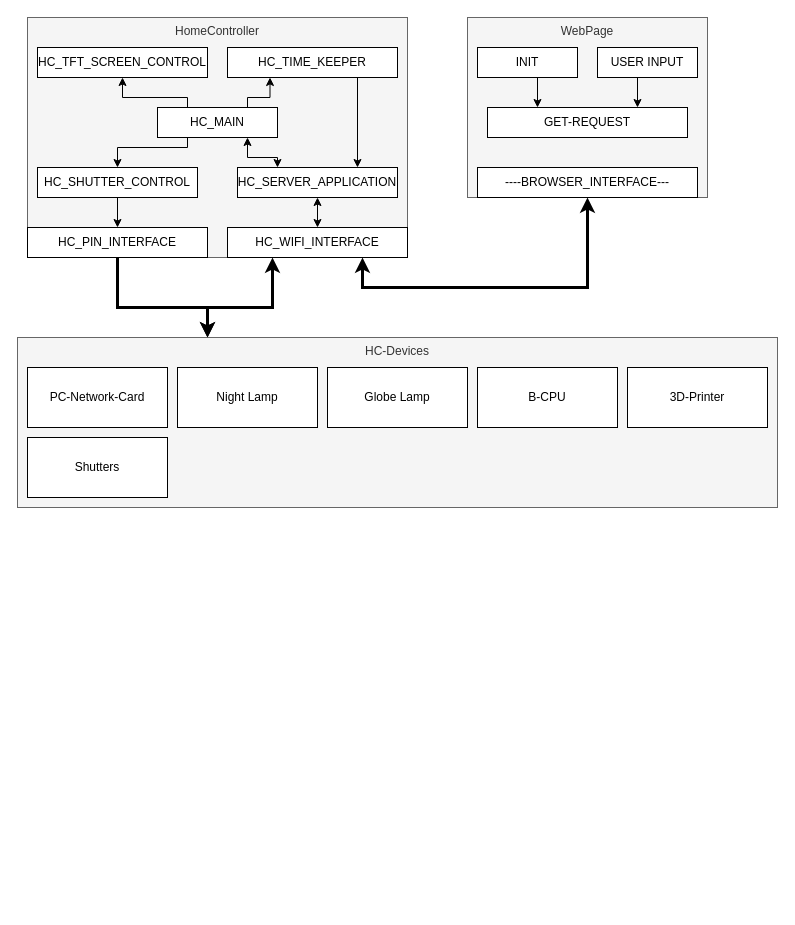
Maxx115/ESP32-HomeController keeps this draw.io diagram as diagrams/Overview.drawio. Above is the earlier version. Source tidied: cells renumbered, new cells numbered last; positions are measured from the earlier drawing's top-left corner, leaving out a move shared by most shapes. Both pictures are drawn from the tidied source at 100%, with x=0, y=0 at pixel (17, 17).
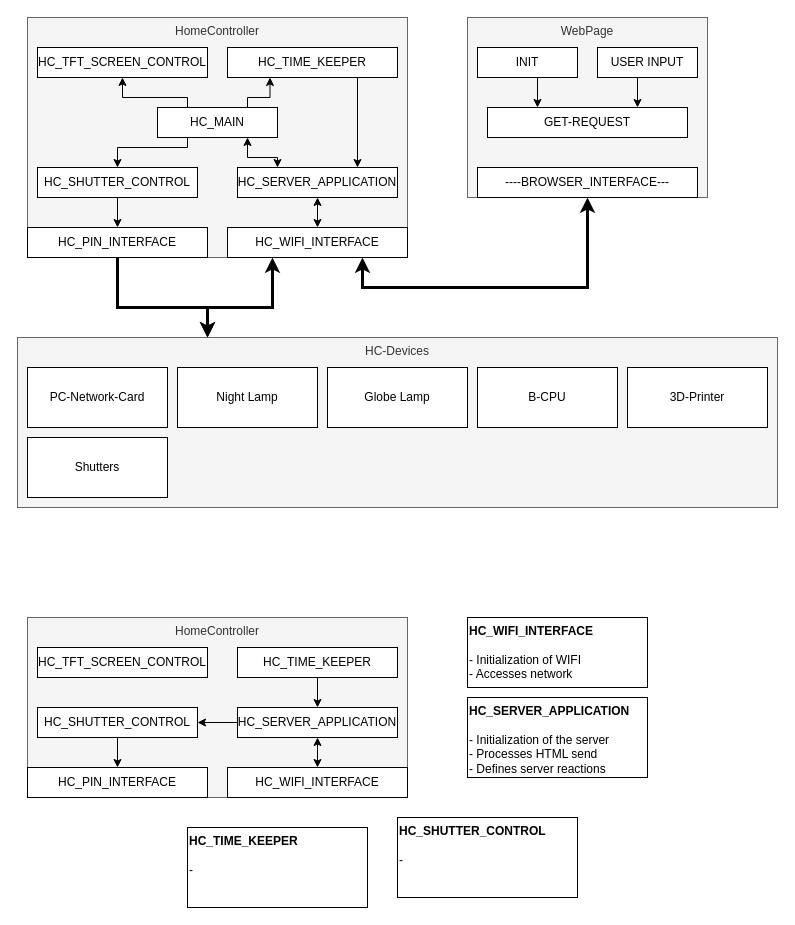
Above is the later version.

Change to the diagram source:
```diff
@@
+    <mxCell id="35" value="HomeController" style="rounded=0;whiteSpace=wrap;html=1;align=center;fillColor=#f5f5f5;fontColor=#333333;strokeColor=#666666;horizontal=1;verticalAlign=top;" parent="1" vertex="1">
+      <mxGeometry x="10" y="600" width="380" height="180" as="geometry" />
+    </mxCell>
+    <mxCell id="36" value="HC_WIFI_INTERFACE" style="rounded=0;whiteSpace=wrap;html=1;align=center;verticalAlign=middle;" parent="1" vertex="1">
+      <mxGeometry x="210" y="750" width="180" height="30" as="geometry" />
+    </mxCell>
+    <mxCell id="37" style="edgeStyle=orthogonalEdgeStyle;rounded=0;jettySize=auto;html=1;exitX=0.5;exitY=1;exitDx=0;exitDy=0;entryX=0.5;entryY=0;entryDx=0;entryDy=0;startArrow=classic;startFill=1;" parent="1" edge="1" source="39" target="36">
+      <mxGeometry relative="1" as="geometry" />
+    </mxCell>
+    <mxCell id="38" style="edgeStyle=orthogonalEdgeStyle;rounded=0;jettySize=auto;html=1;exitX=0;exitY=0.5;exitDx=0;exitDy=0;entryX=1;entryY=0.5;entryDx=0;entryDy=0;" parent="1" edge="1" source="39" target="43">
+      <mxGeometry relative="1" as="geometry" />
+    </mxCell>
+    <mxCell id="39" value="HC_SERVER_APPLICATION" style="rounded=0;whiteSpace=wrap;html=1;align=center;verticalAlign=middle;" parent="1" vertex="1">
+      <mxGeometry x="220" y="690" width="160" height="30" as="geometry" />
+    </mxCell>
+    <mxCell id="40" style="edgeStyle=orthogonalEdgeStyle;rounded=0;jettySize=auto;html=1;exitX=0.5;exitY=1;exitDx=0;exitDy=0;entryX=0.5;entryY=0;entryDx=0;entryDy=0;" parent="1" edge="1" source="41" target="39">
+      <mxGeometry relative="1" as="geometry">
+        <Array as="points">
+          <mxPoint x="300" y="660" />
+        </Array>
+      </mxGeometry>
+    </mxCell>
+    <mxCell id="41" value="HC_TIME_KEEPER" style="rounded=0;whiteSpace=wrap;html=1;align=center;verticalAlign=middle;" parent="1" vertex="1">
+      <mxGeometry x="220" y="630" width="160" height="30" as="geometry" />
+    </mxCell>
+    <mxCell id="42" style="edgeStyle=orthogonalEdgeStyle;rounded=0;jettySize=auto;html=1;exitX=0.5;exitY=1;exitDx=0;exitDy=0;entryX=0.5;entryY=0;entryDx=0;entryDy=0;startArrow=none;startFill=0;" parent="1" edge="1" source="43" target="45">
+      <mxGeometry relative="1" as="geometry" />
+    </mxCell>
+    <mxCell id="43" value="HC_SHUTTER_CONTROL" style="rounded=0;whiteSpace=wrap;html=1;align=center;verticalAlign=middle;" parent="1" vertex="1">
+      <mxGeometry x="20" y="690" width="160" height="30" as="geometry" />
+    </mxCell>
+    <mxCell id="44" value="HC_TFT_SCREEN_CONTROL" style="rounded=0;whiteSpace=wrap;html=1;align=center;verticalAlign=middle;" parent="1" vertex="1">
+      <mxGeometry x="20" y="630" width="170" height="30" as="geometry" />
+    </mxCell>
+    <mxCell id="45" value="HC_PIN_INTERFACE" style="rounded=0;whiteSpace=wrap;html=1;align=center;verticalAlign=middle;" parent="1" vertex="1">
+      <mxGeometry x="10" y="750" width="180" height="30" as="geometry" />
+    </mxCell>
+    <mxCell id="46" value="&lt;b&gt;HC_WIFI_INTERFACE&lt;/b&gt;&lt;br&gt;&lt;br&gt;- Initialization of WIFI&lt;br&gt;- Accesses network&amp;nbsp;" style="rounded=0;whiteSpace=wrap;html=1;align=left;verticalAlign=top;" parent="1" vertex="1">
+      <mxGeometry x="450" y="600" width="180" height="70" as="geometry" />
+    </mxCell>
+    <mxCell id="47" value="&lt;b&gt;HC_SERVER_APPLICATION&lt;/b&gt;&lt;br&gt;&lt;br&gt;- Initialization of the server&lt;br&gt;- Processes HTML send&lt;br&gt;- Defines server reactions" style="rounded=0;whiteSpace=wrap;html=1;align=left;verticalAlign=top;" parent="1" vertex="1">
+      <mxGeometry x="450" y="680" width="180" height="80" as="geometry" />
+    </mxCell>
+    <mxCell id="48" value="&lt;b&gt;HC_SHUTTER_CONTROL&lt;/b&gt;&lt;br&gt;&lt;br&gt;-&amp;nbsp;" style="rounded=0;whiteSpace=wrap;html=1;align=left;verticalAlign=top;" parent="1" vertex="1">
+      <mxGeometry x="380" y="800" width="180" height="80" as="geometry" />
+    </mxCell>
+    <mxCell id="49" value="&lt;b&gt;HC_TIME_KEEPER&lt;/b&gt;&lt;br&gt;&lt;br&gt;-&amp;nbsp;" style="rounded=0;whiteSpace=wrap;html=1;align=left;verticalAlign=top;" parent="1" vertex="1">
+      <mxGeometry x="170" y="810" width="180" height="80" as="geometry" />
+    </mxCell>
```
